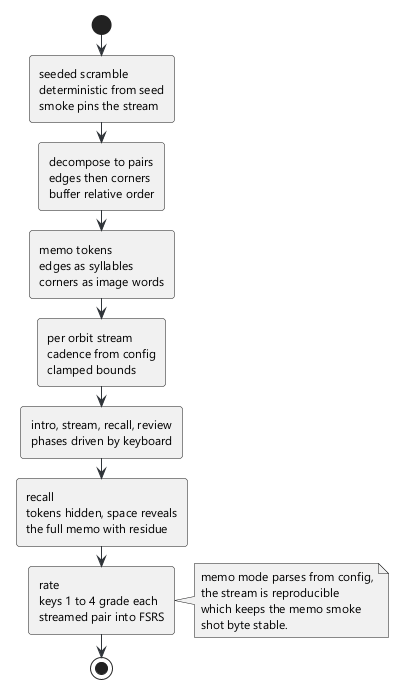
lavantien/blind-trainer keeps this PlantUML diagram as docs/diagrams/08-memo-flow.png. Above is the earlier version.
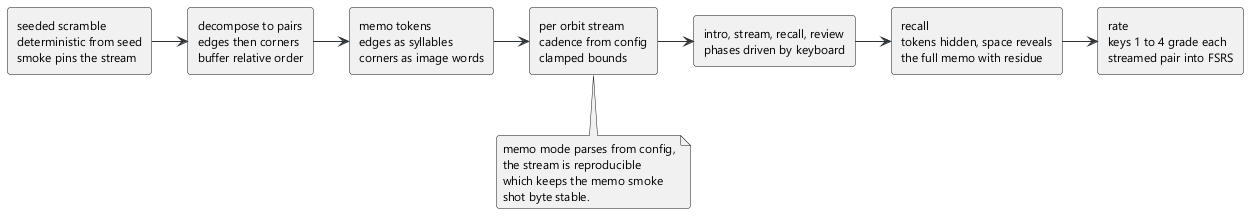
The same file after the commit.

What changed in the source:
```diff
@@ -5,19 +5,23 @@
 skinparam roundCorner 6
 skinparam ArrowColor #2f3439
 skinparam NoteBackgroundColor #f4f5f6
-start
-:seeded scramble\ndeterministic from seed\nsmoke pins the stream;
-:decompose to pairs\nedges then corners\nbuffer relative order;
-:memo tokens\nedges as syllables\ncorners as image words;
-:per orbit stream\ncadence from config\nclamped bounds;
-:intro, stream, recall, review\nphases driven by keyboard;
-:recall\ntokens hidden, space reveals\nthe full memo with residue;
-:rate\nkeys 1 to 4 grade each\nstreamed pair into FSRS;
-note right
+rectangle "seeded scramble\ndeterministic from seed\nsmoke pins the stream" as scramble
+rectangle "decompose to pairs\nedges then corners\nbuffer relative order" as pairs
+rectangle "memo tokens\nedges as syllables\ncorners as image words" as tokens
+rectangle "per orbit stream\ncadence from config\nclamped bounds" as stream
+rectangle "intro, stream, recall, review\nphases driven by keyboard" as phases
+rectangle "recall\ntokens hidden, space reveals\nthe full memo with residue" as recall
+rectangle "rate\nkeys 1 to 4 grade each\nstreamed pair into FSRS" as rate
+scramble -> pairs
+pairs -> tokens
+tokens -> stream
+stream -> phases
+phases -> recall
+recall -> rate
+note bottom of stream
   memo mode parses from config,
   the stream is reproducible
   which keeps the memo smoke
   shot byte stable.
 end note
-stop
 @enduml
```
